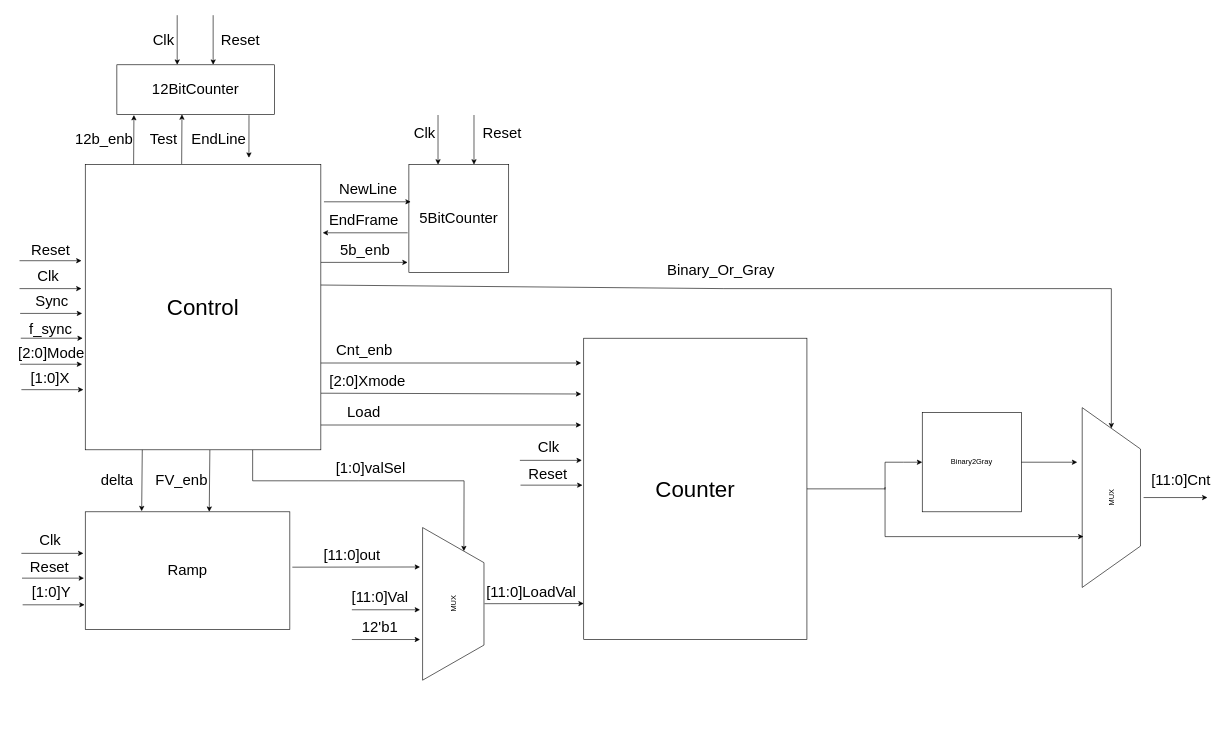
Before: Diagrams/Block_diagram.drawio in sabarioded/Patterns_Project, a draw.io diagram. Source tidied: cells renumbered, new cells numbered last; positions are measured from the earlier drawing's top-left corner, leaving out a move shared by most shapes. Both pictures are drawn from the tidied source at 62%, with x=0, y=0 at pixel (11, 15).
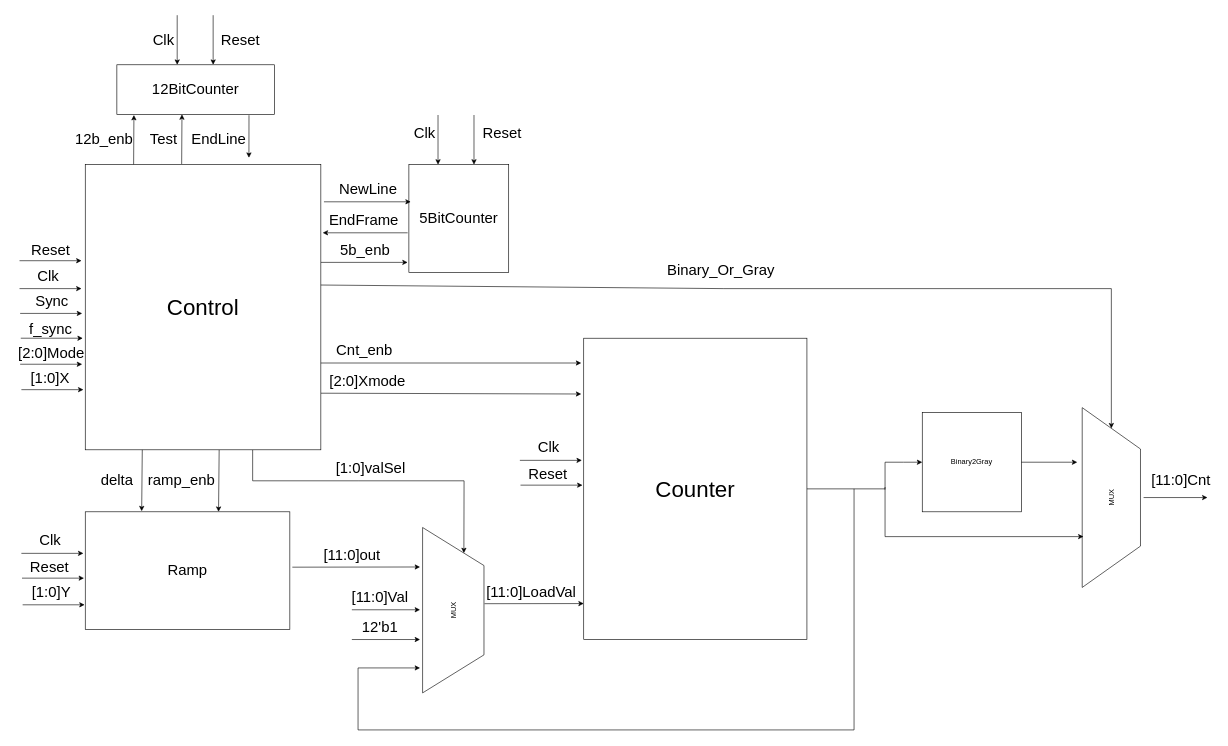
Above is the later version.

Diff of the diagram source:
```diff
@@
     <mxCell id="25" style="edgeStyle=none;orthogonalLoop=1;jettySize=auto;html=1;rounded=0;exitX=0.104;exitY=1.002;exitDx=0;exitDy=0;exitPerimeter=0;entryX=0.18;entryY=-0.007;entryDx=0;entryDy=0;entryPerimeter=0;" parent="1" edge="1">
       <mxGeometry relative="1" as="geometry">
-        <mxPoint x="321" y="701" as="sourcePoint" />
-        <mxPoint x="320" y="801" as="targetPoint" />
+        <mxPoint x="336" y="701" as="sourcePoint" />
+        <mxPoint x="335" y="801" as="targetPoint" />
       </mxGeometry>
     </mxCell>
-    <mxCell id="26" value="&lt;font style=&quot;font-size: 24px;&quot;&gt;FV_enb&lt;/font&gt;" style="text;html=1;align=center;verticalAlign=middle;strokeColor=none;fillColor=none;" parent="1" vertex="1">
-      <mxGeometry x="220" y="731" width="110" height="40" as="geometry" />
+    <mxCell id="26" value="&lt;font style=&quot;font-size: 24px;&quot;&gt;ramp_enb&lt;/font&gt;" style="text;html=1;align=center;verticalAlign=middle;strokeColor=none;fillColor=none;" parent="1" vertex="1">
+      <mxGeometry x="210" y="731" width="130" height="40" as="geometry" />
     </mxCell>
@@
-    <mxCell id="30" style="endArrow=classic;html=1;rounded=0;" parent="1" edge="1">
-      <mxGeometry relative="1" as="geometry">
-        <mxPoint x="499" y="661" as="sourcePoint" />
-        <mxPoint x="920" y="661" as="targetPoint" />
-      </mxGeometry>
-    </mxCell>
-    <mxCell id="31" value="&lt;font style=&quot;font-size: 24px;&quot;&gt;Load&lt;/font&gt;" style="text;html=1;align=center;verticalAlign=middle;strokeColor=none;fillColor=none;" parent="1" vertex="1">
-      <mxGeometry x="529" y="621" width="80" height="40" as="geometry" />
-    </mxCell>
@@
     <mxCell id="52" value="MUX" style="verticalLabelPosition=middle;verticalAlign=middle;html=1;shape=trapezoid;perimeter=trapezoidPerimeter;whiteSpace=wrap;size=0.23;arcSize=10;flipV=1;labelPosition=center;align=center;rotation=-90;" parent="1" vertex="1">
-      <mxGeometry x="590.5" y="900" width="246.2" height="99" as="geometry" />
+      <mxGeometry x="580.2" y="910.2" width="266.8" height="99" as="geometry" />
     </mxCell>
@@
+    <mxCell id="81" style="endArrow=classic;html=1;rounded=0;" parent="1" edge="1">
+      <mxGeometry relative="1" as="geometry">
+        <mxPoint x="1360" y="764" as="sourcePoint" />
+        <mxPoint x="660" y="1052.8" as="targetPoint" />
+        <Array as="points">
+          <mxPoint x="1360" y="1152.8" />
+          <mxPoint x="1010" y="1152.8" />
+          <mxPoint x="560" y="1152.8" />
+          <mxPoint x="560" y="1052.8" />
+        </Array>
+      </mxGeometry>
+    </mxCell>
```
